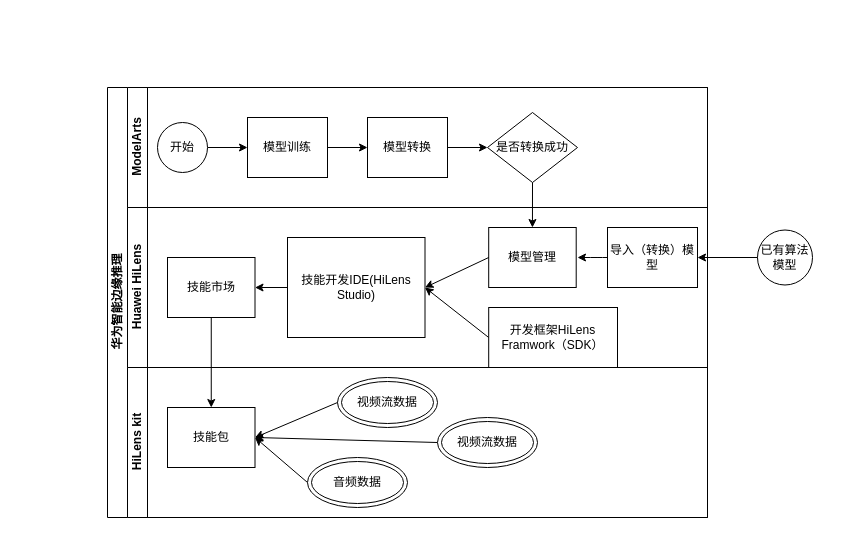
Before: Untitled Diagram.drawio in uclock1995/threejs_p1, a draw.io diagram. Source tidied: cells renumbered, new cells numbered last; positions are measured from the earlier drawing's top-left corner, leaving out a move shared by most shapes. Both pictures are drawn from the tidied source at 100%, with x=0, y=0 at pixel (107, 87).
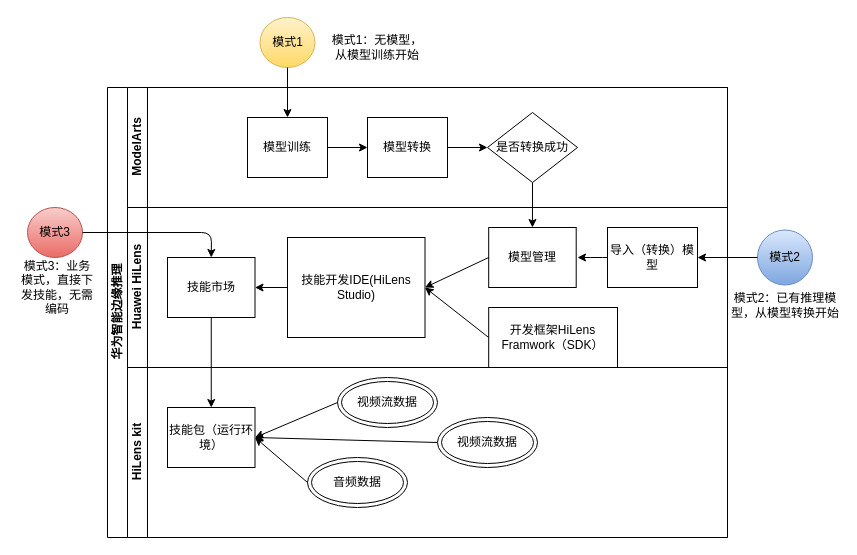
Above is the later version.

The change refers to these unchanged cells:
```xml
<mxCell id="5" value="模型训练" style="rounded=0;whiteSpace=wrap;html=1;fontFamily=Helvetica;fontSize=12;fontColor=#000000;align=center;" parent="3" vertex="1">
  <mxGeometry x="120" y="30" width="80" height="60" as="geometry" />
</mxCell>
<mxCell id="20" value="技能市场" style="rounded=0;whiteSpace=wrap;html=1;fontFamily=Helvetica;fontSize=12;fontColor=#000000;align=center;" parent="12" vertex="1">
  <mxGeometry x="40" y="50" width="87.5" height="60" as="geometry" />
</mxCell>
```

What changed in the source:
```diff
@@
     <mxCell id="2" value="华为智能边缘推理" style="swimlane;html=1;horizontal=0;startSize=20;" parent="1" vertex="1">
-      <mxGeometry width="600" height="430" as="geometry" />
+      <mxGeometry width="620" height="450" as="geometry" />
     </mxCell>
     <mxCell id="3" value="ModelArts" style="swimlane;html=1;startSize=20;horizontal=0;" parent="2" vertex="1">
-      <mxGeometry x="20" width="580" height="120" as="geometry" />
+      <mxGeometry x="20" width="600" height="120" as="geometry" />
     </mxCell>
-    <mxCell id="4" style="edgeStyle=orthogonalEdgeStyle;rounded=0;jettySize=auto;html=1;" parent="3" edge="1" source="10" target="5">
-      <mxGeometry relative="1" as="geometry" />
-    </mxCell>
@@
-    <mxCell id="10" value="开始" style="ellipse;whiteSpace=wrap;html=1;" parent="3" vertex="1">
-      <mxGeometry x="30" y="35" width="50" height="50" as="geometry" />
-    </mxCell>
@@
     <mxCell id="12" value="Huawei HiLens" style="swimlane;html=1;startSize=20;horizontal=0;" parent="2" vertex="1">
-      <mxGeometry x="20" y="120" width="580" height="160" as="geometry" />
+      <mxGeometry x="20" y="120" width="600" height="160" as="geometry" />
     </mxCell>
@@
     <mxCell id="23" value="HiLens kit" style="swimlane;html=1;startSize=20;horizontal=0;" parent="2" vertex="1">
-      <mxGeometry x="20" y="280" width="580" height="150" as="geometry" />
+      <mxGeometry x="20" y="280" width="600" height="170" as="geometry" />
     </mxCell>
@@
-    <mxCell id="26" value="技能包" style="rounded=0;whiteSpace=wrap;html=1;fontFamily=Helvetica;fontSize=12;fontColor=#000000;align=center;" parent="23" vertex="1">
+    <mxCell id="26" value="技能包（运行环境）" style="rounded=0;whiteSpace=wrap;html=1;fontFamily=Helvetica;fontSize=12;fontColor=#000000;align=center;" parent="23" vertex="1">
       <mxGeometry x="40" y="40" width="87.5" height="60" as="geometry" />
     </mxCell>
@@
-    <mxCell id="32" value="已有算法模型" style="ellipse;whiteSpace=wrap;html=1;" parent="1" vertex="1">
+    <mxCell id="32" value="模式2" style="ellipse;whiteSpace=wrap;html=1;gradientColor=#7ea6e0;fillColor=#dae8fc;strokeColor=#6c8ebf;" parent="1" vertex="1">
       <mxGeometry x="650" y="142.5" width="55" height="55" as="geometry" />
     </mxCell>
@@
+    <mxCell id="10" value="模式1" style="ellipse;whiteSpace=wrap;html=1;gradientColor=#ffd966;fillColor=#fff2cc;strokeColor=#d6b656;" parent="1" vertex="1">
+      <mxGeometry x="152.5" y="-70" width="55" height="50" as="geometry" />
+    </mxCell>
+    <mxCell id="34" value="模式3" style="ellipse;whiteSpace=wrap;html=1;gradientColor=#ea6b66;fillColor=#f8cecc;strokeColor=#b85450;" parent="1" vertex="1">
+      <mxGeometry x="-80" y="120" width="55" height="50" as="geometry" />
+    </mxCell>
+    <mxCell id="35" style="endArrow=classic;html=1;exitX=1;exitY=0.5;exitDx=0;exitDy=0;entryX=0.5;entryY=0;entryDx=0;entryDy=0;" parent="1" edge="1" source="34" target="20">
+      <mxGeometry relative="1" as="geometry">
+        <Array as="points">
+          <mxPoint x="104" y="145" />
+        </Array>
+      </mxGeometry>
+    </mxCell>
+    <mxCell id="4" style="endArrow=classic;html=1;exitX=0.5;exitY=1;exitDx=0;exitDy=0;entryX=0.5;entryY=0;entryDx=0;entryDy=0;" parent="1" edge="1" source="10" target="5">
+      <mxGeometry relative="1" as="geometry" />
+    </mxCell>
+    <mxCell id="36" value="模式1：无模型，从模型训练开始" style="text;html=1;strokeColor=none;fillColor=none;align=center;verticalAlign=middle;whiteSpace=wrap;rounded=0;" parent="1" vertex="1">
+      <mxGeometry x="220" y="-60" width="100" height="40" as="geometry" />
+    </mxCell>
+    <mxCell id="37" value="模式2：已有推理模型，从模型转换开始" style="text;html=1;strokeColor=none;fillColor=none;align=center;verticalAlign=middle;whiteSpace=wrap;rounded=0;" parent="1" vertex="1">
+      <mxGeometry x="622.5" y="197.5" width="110" height="40" as="geometry" />
+    </mxCell>
+    <mxCell id="38" value="模式3：业务模式，直接下发技能，无需编码" style="text;html=1;strokeColor=none;fillColor=none;align=center;verticalAlign=middle;whiteSpace=wrap;rounded=0;" parent="1" vertex="1">
+      <mxGeometry x="-90" y="190" width="80" height="20" as="geometry" />
+    </mxCell>
```
